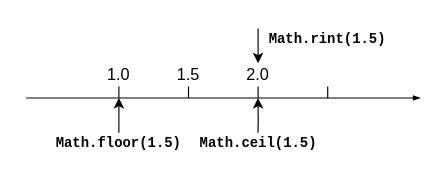
The draw.io diagram RoundingMethodCoordinateDiagram.drawio in qingyunlyp/resource, before the edit. Source tidied: cells renumbered, new cells numbered last; positions are measured from the earlier drawing's top-left corner, leaving out a move shared by most shapes. Both pictures are drawn from the tidied source at 116%, with x=0, y=0 at pixel (26, 28).
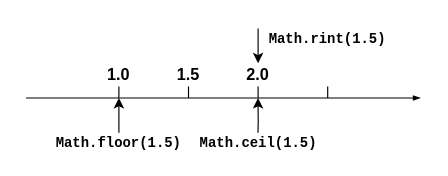
The same diagram, later.

The edit, as a diff of the source:
```diff
@@
-    <mxCell id="2" style="endArrow=blockThin;html=1;rounded=0;endFill=1;startSize=5;endSize=4;" parent="1" edge="1">
+    <mxCell id="2" style="endArrow=blockThin;html=1;rounded=0;endFill=1;startSize=5;endSize=4;fontStyle=1;" parent="1" edge="1">
       <mxGeometry relative="1" as="geometry">
         <mxPoint y="60" as="sourcePoint" />
         <mxPoint x="340" y="60" as="targetPoint" />
       </mxGeometry>
     </mxCell>
@@
-    <mxCell id="7" value="1.0" style="text;html=1;whiteSpace=wrap;strokeColor=none;fillColor=none;align=center;verticalAlign=middle;rounded=0;fontSize=14;" parent="1" vertex="1">
+    <mxCell id="7" value="1.0" style="text;html=1;whiteSpace=wrap;strokeColor=none;fillColor=none;align=center;verticalAlign=middle;rounded=0;fontSize=14;fontStyle=1;" parent="1" vertex="1">
       <mxGeometry x="60" y="30" width="40" height="20" as="geometry" />
     </mxCell>
-    <mxCell id="8" value="2.0" style="text;html=1;whiteSpace=wrap;strokeColor=none;fillColor=none;align=center;verticalAlign=middle;rounded=0;fontSize=14;" parent="1" vertex="1">
+    <mxCell id="8" value="2.0" style="text;html=1;whiteSpace=wrap;strokeColor=none;fillColor=none;align=center;verticalAlign=middle;rounded=0;fontSize=14;fontStyle=1;" parent="1" vertex="1">
       <mxGeometry x="180" y="30" width="40" height="20" as="geometry" />
     </mxCell>
-    <mxCell id="9" value="1.5" style="text;html=1;whiteSpace=wrap;strokeColor=none;fillColor=none;align=center;verticalAlign=middle;rounded=0;fontSize=14;" parent="1" vertex="1">
+    <mxCell id="9" value="1.5" style="text;html=1;whiteSpace=wrap;strokeColor=none;fillColor=none;align=center;verticalAlign=middle;rounded=0;fontSize=14;fontStyle=1;" parent="1" vertex="1">
       <mxGeometry x="120" y="30" width="40" height="20" as="geometry" />
     </mxCell>
```
